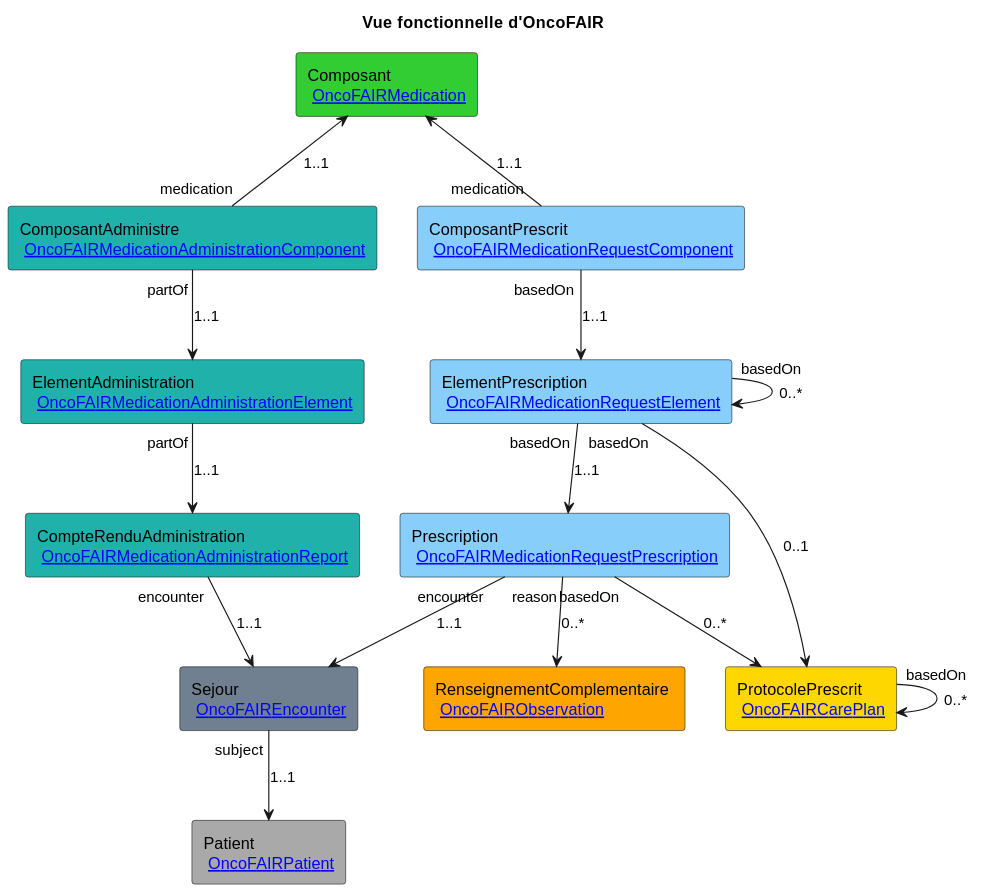
The PlantUML diagram update-mapping-pn13/ig/mapping_global.svg in ONCOFAIR/FHIR-ImplementationGuide-Article, before a commit.
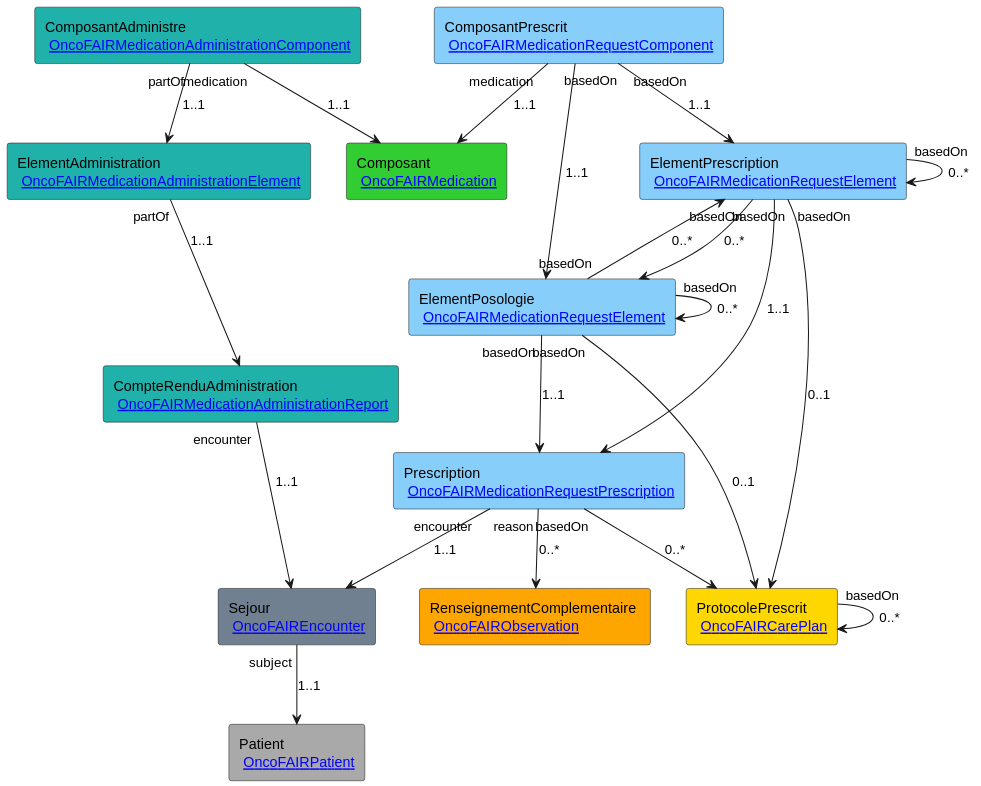
After the commit.

What changed in the source:
```diff
@@ -1,7 +1,6 @@
 @startuml
 
 scale 700 width
-title **Vue fonctionnelle d'OncoFAIR**
 
 rectangle "ProtocolePrescrit \n [[StructureDefinition-oncofair-careplan.html OncoFAIRCarePlan]]" as ProtocolePrescrit #Gold
 
@@ -19,6 +18,8 @@
 
 rectangle "ElementPrescription \n [[StructureDefinition-oncofair-medicationrequest-element.html OncoFAIRMedicationRequestElement]]" as ElementPrescription #LightSkyBlue
 
+rectangle "ElementPosologie \n [[StructureDefinition-oncofair-medicationrequest-element.html OncoFAIRMedicationRequestElement]]" as ElementPosologie #LightSkyBlue
+
 rectangle "Prescription \n [[StructureDefinition-oncofair-medicationrequest-prescription.html OncoFAIRMedicationRequestPrescription]]" as Prescription #LightSkyBlue
 
 rectangle "RenseignementComplementaire \n [[StructureDefinition-oncofair-observation.html OncoFAIRObservation]]" as RenseignementComplementaire #Orange
@@ -28,14 +29,20 @@
 ProtocolePrescrit --> ProtocolePrescrit : "basedOn" 0..*
 Sejour --> Patient : "subject" 1..1
 ComposantAdministre --> ElementAdministration : "partOf" 1..1
-ComposantAdministre -u-> Composant : "medication" 1..1
+ComposantAdministre --> Composant : "medication" 1..1
 ElementAdministration --> CompteRenduAdministration : "partOf" 1..1
 CompteRenduAdministration --> Sejour : "encounter" 1..1
 ComposantPrescrit --> ElementPrescription : "basedOn" 1..1
-ComposantPrescrit -u-> Composant : "medication" 1..1
+ComposantPrescrit --> ElementPosologie : "basedOn" 1..1
+ComposantPrescrit --> Composant : "medication" 1..1
 ElementPrescription --> Prescription : "basedOn" 1..1
 ElementPrescription --> ElementPrescription : "basedOn" 0..*
+ElementPrescription --> ElementPosologie : "basedOn" 0..*
 ElementPrescription --> ProtocolePrescrit : "basedOn" 0..1
+ElementPosologie --> Prescription : "basedOn" 1..1
+ElementPosologie --> ElementPrescription : "basedOn" 0..*
+ElementPosologie --> ElementPosologie : "basedOn" 0..*
+ElementPosologie --> ProtocolePrescrit : "basedOn" 0..1
 Prescription --> ProtocolePrescrit : "basedOn" 0..*
 Prescription --> Sejour : "encounter" 1..1
 Prescription --> RenseignementComplementaire : "reason" 0..*
```
